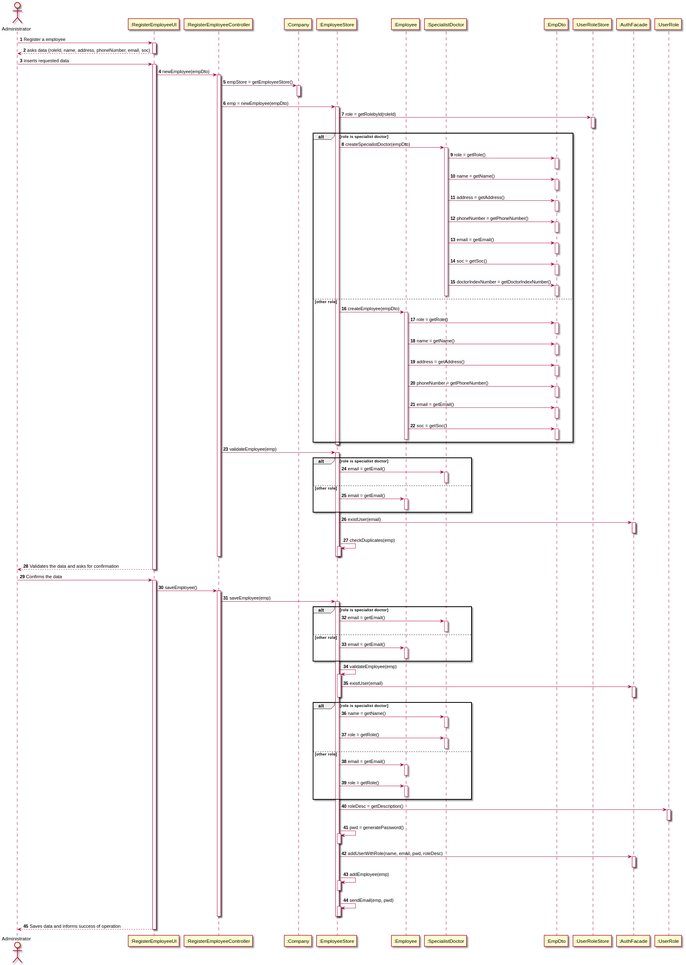
Before: docs/SprintC/US7/US7_SD.svg, a diagram exported from PlantUML (GuilhermeCunha79/lapr2).
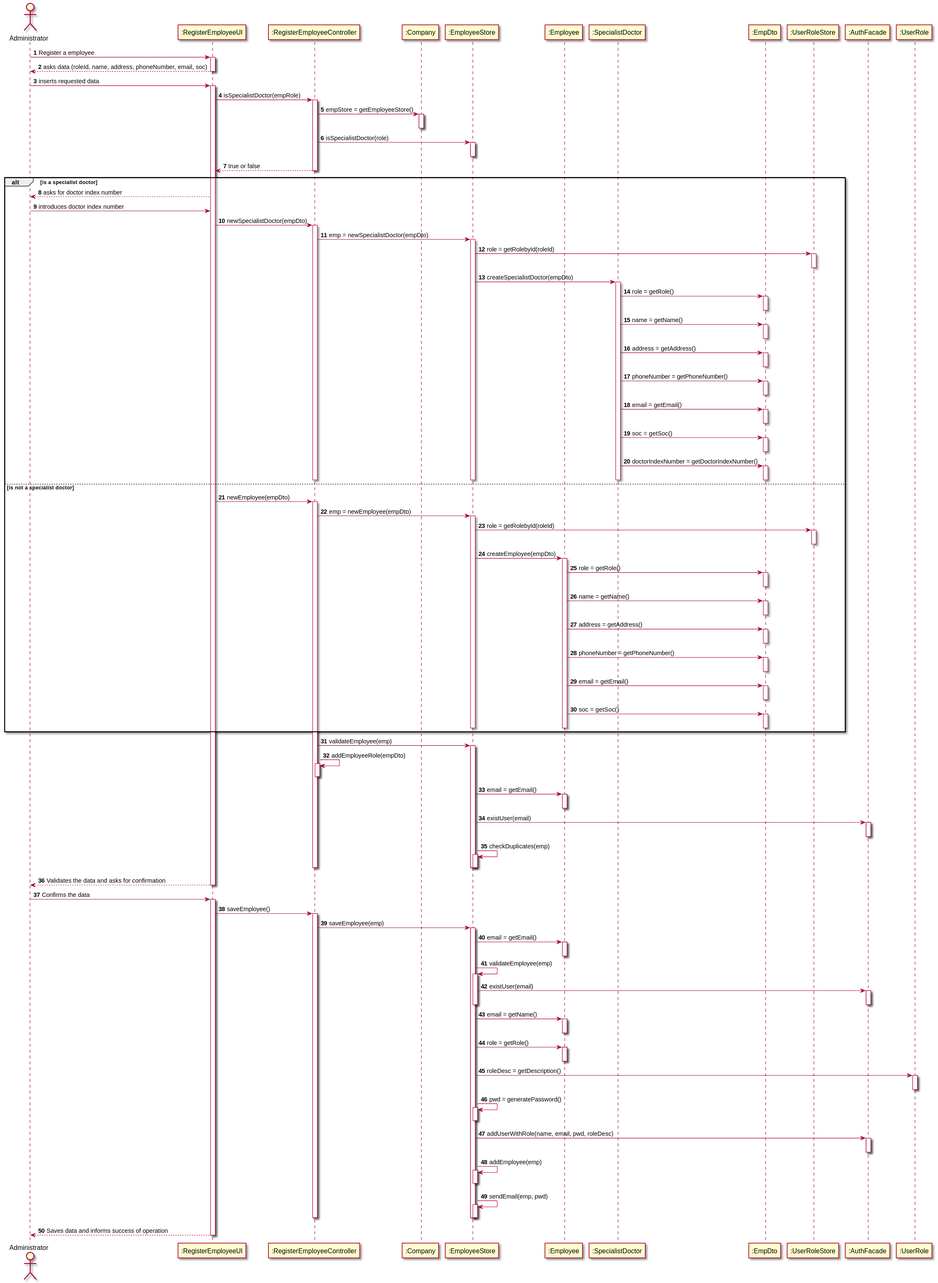
After the commit.

Commit message:
[US7] Commit introduces some changes to the SD [Code] Other minor changes

Diff of the diagram source:
```diff
@@ -24,17 +24,31 @@
 deactivate UI
 ADMIN -> UI : inserts requested data
 activate UI
-UI -> CTRL : newEmployee(empDto)
-    activate CTRL
-        CTRL -> COMP : empStore = getEmployeeStore()
-        activate COMP
-        deactivate COMP
-        CTRL -> EMPS : emp = newEmployee(empDto)
+UI -> CTRL : isSpecialistDoctor(empRole)
+activate CTRL
+CTRL -> COMP : empStore = getEmployeeStore()
+    activate COMP
+    deactivate COMP
+    CTRL -> EMPS : isSpecialistDoctor(role)
+    activate EMPS
+    deactivate EMPS
+    CTRL --> UI : true or false
+    deactivate CTRL
+
+alt is a specialist doctor
+
+UI --> ADMIN : asks for doctor index number
+ADMIN -> UI : introduces doctor index number
+
+UI -> CTRL : newSpecialistDoctor(empDto)
+activate CTRL
+
+        CTRL -> EMPS : emp = newSpecialistDoctor(empDto)
         activate EMPS
             EMPS -> ORS : role = getRolebyId(roleId)
         activate ORS
         deactivate ORS
-        alt role is specialist doctor
+
         EMPS -> SpDoc : createSpecialistDoctor(empDto)
         activate SpDoc
             SpDoc -> EDTO : role = getRole()
@@ -59,7 +73,18 @@
             activate EDTO
             deactivate EDTO
         deactivate SpDoc
-        else other role
+        deactivate EMPS
+        deactivate CTRL
+
+else is not a specialist doctor
+
+UI -> CTRL : newEmployee(empDto)
+activate CTRL
+        CTRL -> EMPS : emp = newEmployee(empDto)
+                activate EMPS
+                    EMPS -> ORS : role = getRolebyId(roleId)
+                activate ORS
+                deactivate ORS
         EMPS -> EMP : createEmployee(empDto)
         activate EMP
         EMP -> EDTO : role = getRole()
@@ -81,19 +106,18 @@
         activate EDTO
         deactivate EDTO
         deactivate EMP
+
+        deactivate EMPS
         end alt
-        deactivate EMPS
         CTRL -> EMPS : validateEmployee(emp)
         activate EMPS
-            alt role is specialist doctor
-            EMPS -> SpDoc : email = getEmail()
-            activate SpDoc
-            deactivate SpDoc
-            else other role
+        CTRL -> CTRL : addEmployeeRole(empDto)
+        activate CTRL
+        deactivate CTRL
+
             EMPS -> EMP : email = getEmail()
             activate EMP
             deactivate EMP
-            end alt
             EMPS -> AF : existUser(email)
             activate AF
             deactivate AF
@@ -102,6 +126,7 @@
             deactivate EMPS
         deactivate EMPS
     deactivate CTRL
+
     UI --> ADMIN : Validates the data and asks for confirmation
 
 deactivate UI
@@ -112,36 +137,23 @@
 activate CTRL
     CTRL -> EMPS : saveEmployee(emp)
 activate EMPS
-alt role is specialist doctor
-            EMPS -> SpDoc : email = getEmail()
-            activate SpDoc
-            deactivate SpDoc
-            else other role
+
             EMPS -> EMP : email = getEmail()
             activate EMP
             deactivate EMP
-            end alt
     EMPS -> EMPS : validateEmployee(emp)
     activate EMPS
     EMPS -> AF : existUser(email)
     activate AF
     deactivate AF
     deactivate EMPS
-    alt role is specialist doctor
-                EMPS -> SpDoc : name = getName()
-                activate SpDoc
-                deactivate SpDoc
-                EMPS -> SpDoc : role = getRole()
-                activate SpDoc
-                deactivate SpDoc
-                else other role
-                EMPS -> EMP : email = getEmail()
+                EMPS -> EMP : email = getName()
                 activate EMP
                 deactivate EMP
                 EMPS -> EMP : role = getRole()
                 activate EMP
                 deactivate EMP
-                end alt
+
                 EMPS -> UR : roleDesc = getDescription()
                 activate UR
                 deactivate UR
@@ -161,7 +173,7 @@
     deactivate EMPS
 deactivate CTRL
 UI --> ADMIN : Saves data and informs success of operation
-deactivate COMP
+
 deactivate UI
 
 
```
